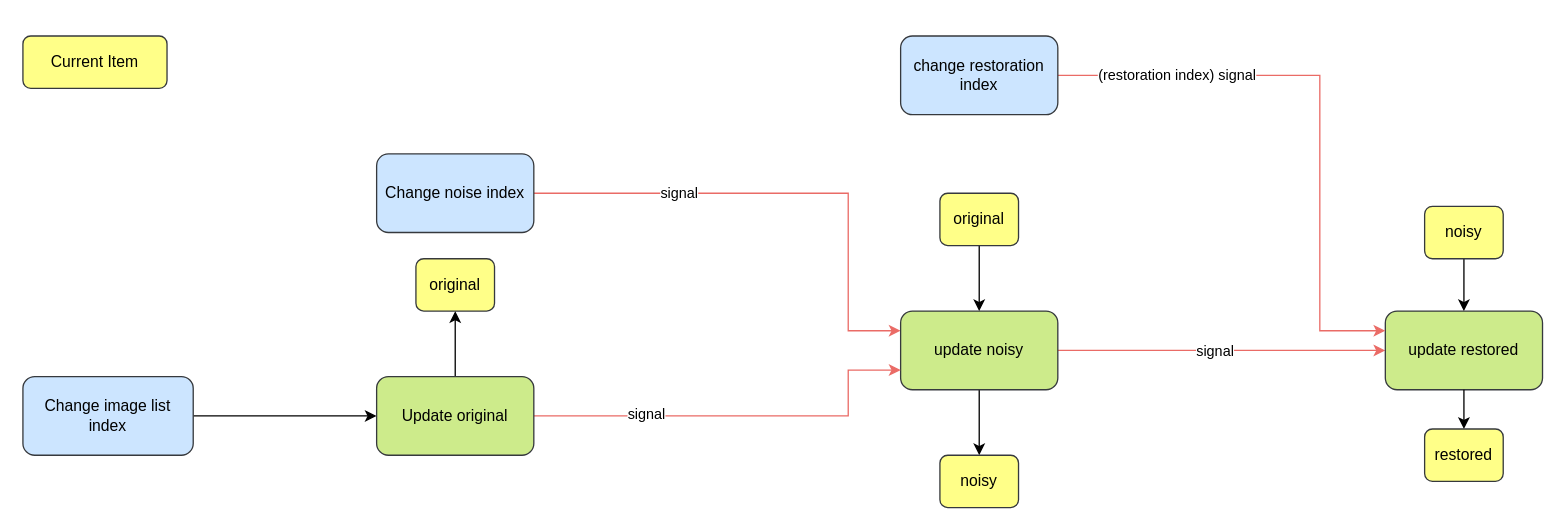
The draw.io diagram Hirearchy.drawio in HazemKelziye/NoiseRestorationApp, before the edit. Source tidied: cells renumbered, new cells numbered last; positions are measured from the earlier drawing's top-left corner, leaving out a move shared by most shapes. Both pictures are drawn from the tidied source at 131%, with x=0, y=0 at pixel (22, 35).
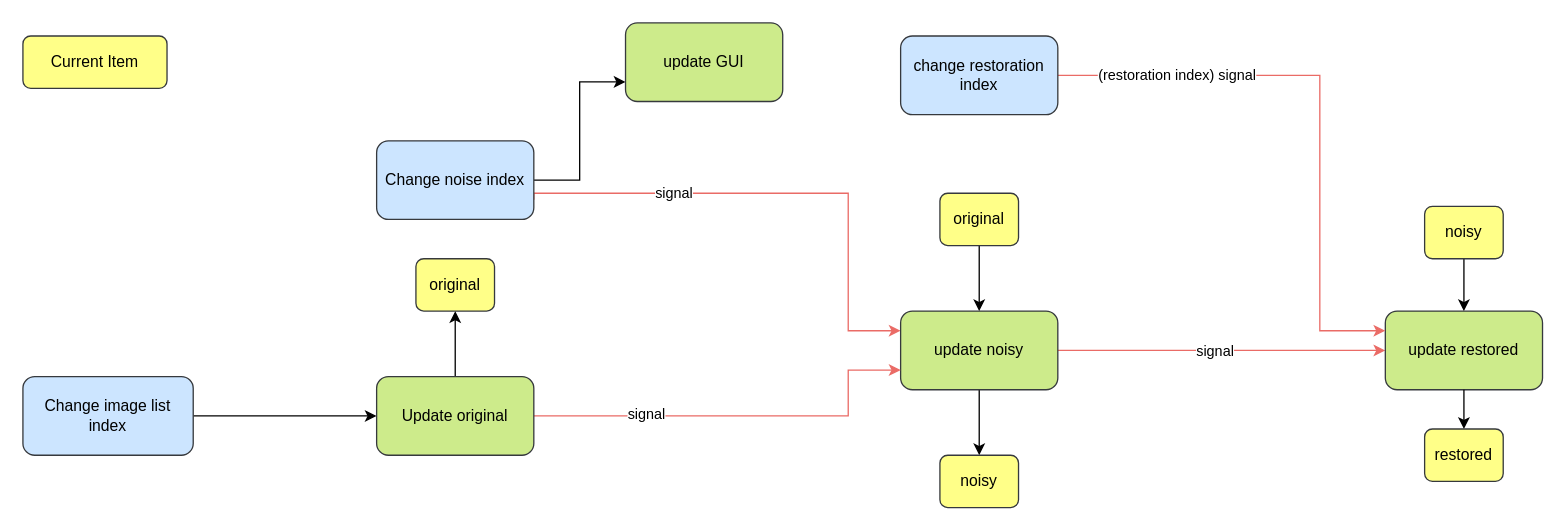
After the change.

Commit message (it also covers changes not shown here):
commiting to be able to update the submodule

The change refers to these unchanged cells:
```xml
<mxCell id="8" value="update noisy" style="rounded=1;whiteSpace=wrap;html=1;fillColor=#cdeb8b;strokeColor=#36393d;" parent="1" vertex="1">
  <mxGeometry x="670" y="210" width="120" height="60" as="geometry" />
</mxCell>
```

Change to the diagram source:
```diff
@@
-    <mxCell id="3" value="signal" style="edgeStyle=orthogonalEdgeStyle;rounded=0;jettySize=auto;html=1;strokeColor=#EA6B66;entryX=0;entryY=0.25;entryDx=0;entryDy=0;" parent="1" edge="1" source="4" target="8">
+    <mxCell id="3" value="signal" style="edgeStyle=orthogonalEdgeStyle;rounded=0;jettySize=auto;html=1;strokeColor=#EA6B66;entryX=0;entryY=0.25;entryDx=0;entryDy=0;exitX=1;exitY=0.75;exitDx=0;exitDy=0;" parent="1" edge="1" source="4" target="8">
       <mxGeometry x="-0.43" relative="1" as="geometry">
         <Array as="points">
+          <mxPoint x="390" y="120" />
           <mxPoint x="630" y="120" />
           <mxPoint x="630" y="225" />
         </Array>
         <mxPoint x="1" as="offset" />
       </mxGeometry>
     </mxCell>
+    <mxCell id="27" style="edgeStyle=orthogonalEdgeStyle;rounded=0;jettySize=auto;html=1;entryX=0;entryY=0.75;entryDx=0;entryDy=0;strokeColor=#000000;" parent="1" edge="1" source="4" target="28">
+      <mxGeometry relative="1" as="geometry" />
+    </mxCell>
     <mxCell id="4" value="Change noise index" style="rounded=1;whiteSpace=wrap;html=1;fillColor=#cce5ff;strokeColor=#36393d;" parent="1" vertex="1">
-      <mxGeometry x="270" y="90" width="120" height="60" as="geometry" />
+      <mxGeometry x="270" y="80" width="120" height="60" as="geometry" />
     </mxCell>
@@
+    <mxCell id="28" value="update GUI" style="rounded=1;whiteSpace=wrap;html=1;fillColor=#cdeb8b;strokeColor=#36393d;" parent="1" vertex="1">
+      <mxGeometry x="460" y="-10" width="120" height="60" as="geometry" />
+    </mxCell>
```
